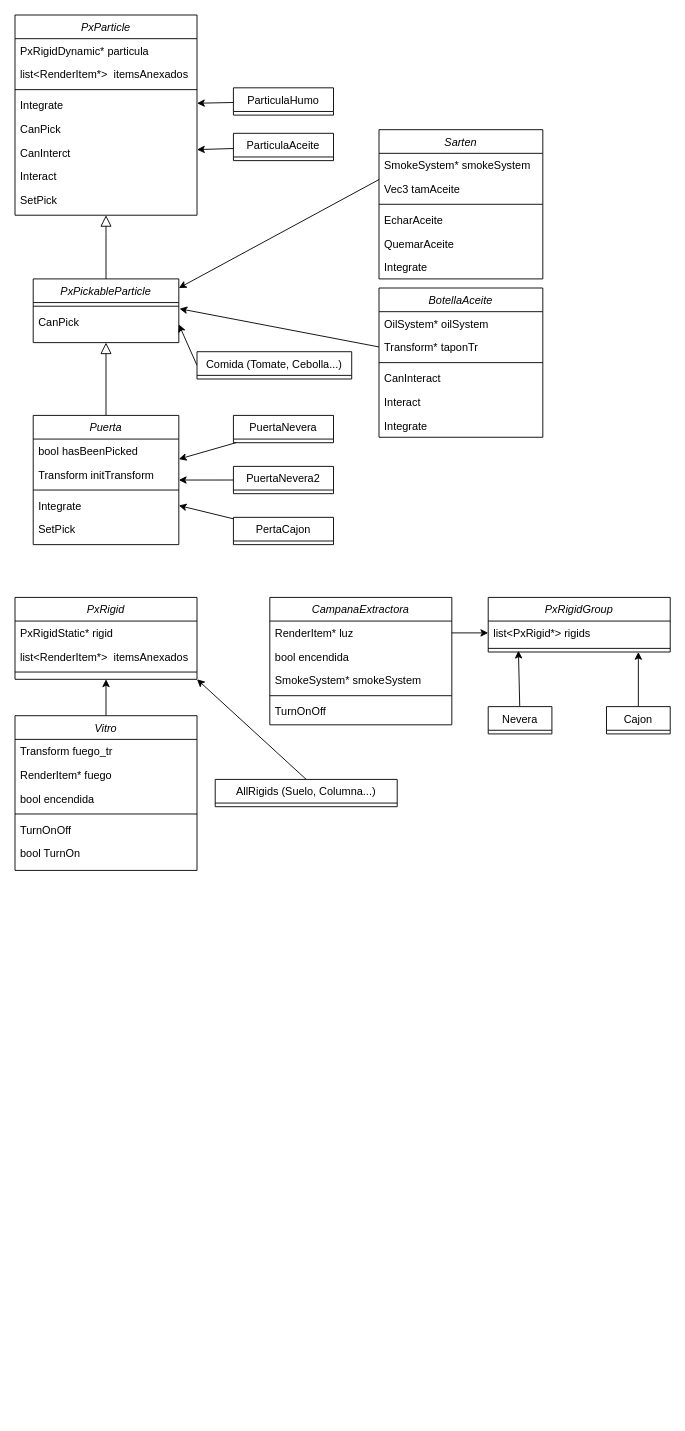
Before: Diagrama sin título.drawio in Vicnuel5/SimulacionFisicaVideojuegos, a draw.io diagram. Source tidied: cells renumbered, new cells numbered last; positions are measured from the earlier drawing's top-left corner, leaving out a move shared by most shapes. Both pictures are drawn from the tidied source at 91%, with x=0, y=0 at pixel (15, 15).
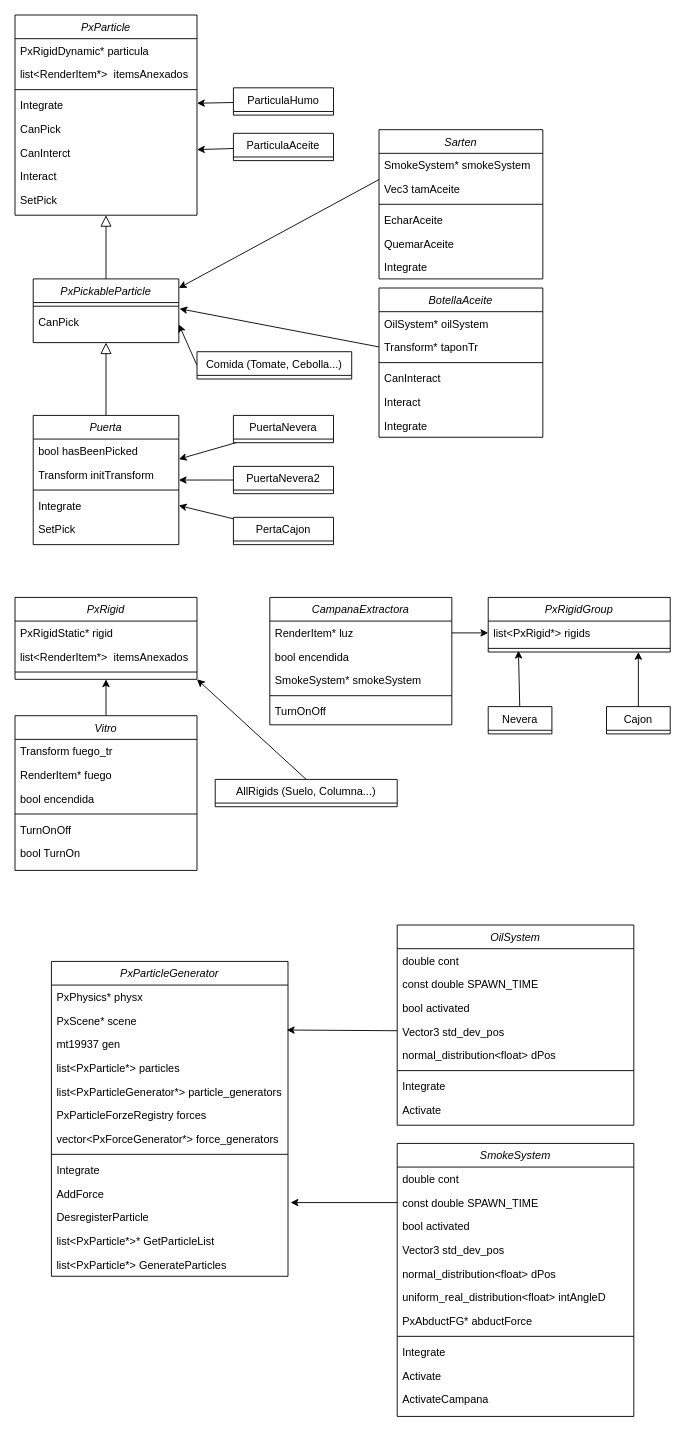
After the change.

The edit, as a diff of the source:
```diff
@@
+    <mxCell id="79" value="PxParticleGenerator" style="swimlane;fontStyle=2;align=center;verticalAlign=top;horizontal=1;startSize=26;rounded=0;shadow=0;strokeWidth=1;" parent="1" vertex="1">
+      <mxGeometry x="40" y="1040" width="260" height="346" as="geometry" />
+    </mxCell>
+    <mxCell id="80" value="PxPhysics* physx" style="text;align=left;verticalAlign=top;spacingLeft=4;spacingRight=4;overflow=hidden;" parent="79" vertex="1">
+      <mxGeometry y="26" width="260" height="26" as="geometry" />
+    </mxCell>
+    <mxCell id="81" value="PxScene* scene" style="text;align=left;verticalAlign=top;spacingLeft=4;spacingRight=4;overflow=hidden;rounded=0;shadow=0;html=0;" parent="79" vertex="1">
+      <mxGeometry y="52" width="260" height="26" as="geometry" />
+    </mxCell>
+    <mxCell id="82" value="mt19937 gen" style="text;align=left;verticalAlign=top;spacingLeft=4;spacingRight=4;overflow=hidden;points=[[0,0.5],[1,0.5]];portConstraint=eastwest;rounded=0;shadow=0;html=0;" parent="79" vertex="1">
+      <mxGeometry y="78" width="260" height="26" as="geometry" />
+    </mxCell>
+    <mxCell id="83" value="list&lt;PxParticle*&gt; particles" style="text;align=left;verticalAlign=top;spacingLeft=4;spacingRight=4;overflow=hidden;rounded=0;shadow=0;html=0;" parent="79" vertex="1">
+      <mxGeometry y="104" width="260" height="26" as="geometry" />
+    </mxCell>
+    <mxCell id="84" value="list&lt;PxParticleGenerator*&gt; particle_generators" style="text;align=left;verticalAlign=top;spacingLeft=4;spacingRight=4;overflow=hidden;rounded=0;shadow=0;html=0;" parent="79" vertex="1">
+      <mxGeometry y="130" width="260" height="26" as="geometry" />
+    </mxCell>
+    <mxCell id="85" value="PxParticleForzeRegistry forces" style="text;align=left;verticalAlign=top;spacingLeft=4;spacingRight=4;overflow=hidden;rounded=0;shadow=0;html=0;" parent="79" vertex="1">
+      <mxGeometry y="156" width="260" height="26" as="geometry" />
+    </mxCell>
+    <mxCell id="86" value="vector&lt;PxForceGenerator*&gt; force_generators" style="text;align=left;verticalAlign=top;spacingLeft=4;spacingRight=4;overflow=hidden;rounded=0;shadow=0;html=0;" parent="79" vertex="1">
+      <mxGeometry y="182" width="260" height="26" as="geometry" />
+    </mxCell>
+    <mxCell id="87" style="line;html=1;strokeWidth=1;align=left;verticalAlign=middle;spacingTop=-1;spacingLeft=3;spacingRight=3;labelPosition=right;" parent="79" vertex="1">
+      <mxGeometry y="208" width="260" height="8" as="geometry" />
+    </mxCell>
+    <mxCell id="88" value="Integrate" style="text;align=left;verticalAlign=top;spacingLeft=4;spacingRight=4;overflow=hidden;rounded=0;shadow=0;html=0;" parent="79" vertex="1">
+      <mxGeometry y="216" width="260" height="26" as="geometry" />
+    </mxCell>
+    <mxCell id="89" value="AddForce" style="text;align=left;verticalAlign=top;spacingLeft=4;spacingRight=4;overflow=hidden;points=[[0,0.5],[1,0.5]];portConstraint=eastwest;rounded=0;shadow=0;html=0;" parent="79" vertex="1">
+      <mxGeometry y="242" width="260" height="26" as="geometry" />
+    </mxCell>
+    <mxCell id="90" value="DesregisterParticle" style="text;align=left;verticalAlign=top;spacingLeft=4;spacingRight=4;overflow=hidden;rounded=0;shadow=0;html=0;" parent="79" vertex="1">
+      <mxGeometry y="268" width="260" height="26" as="geometry" />
+    </mxCell>
+    <mxCell id="91" value="list&lt;PxParticle*&gt;* GetParticleList" style="text;align=left;verticalAlign=top;spacingLeft=4;spacingRight=4;overflow=hidden;rounded=0;shadow=0;html=0;" parent="79" vertex="1">
+      <mxGeometry y="294" width="260" height="26" as="geometry" />
+    </mxCell>
+    <mxCell id="92" value="list&lt;PxParticle*&gt; GenerateParticles" style="text;align=left;verticalAlign=top;spacingLeft=4;spacingRight=4;overflow=hidden;rounded=0;shadow=0;html=0;" parent="79" vertex="1">
+      <mxGeometry y="320" width="260" height="26" as="geometry" />
+    </mxCell>
+    <mxCell id="93" value="OilSystem" style="swimlane;fontStyle=2;align=center;verticalAlign=top;horizontal=1;startSize=26;rounded=0;shadow=0;strokeWidth=1;" parent="1" vertex="1">
+      <mxGeometry x="420" y="1000" width="260" height="220" as="geometry" />
+    </mxCell>
+    <mxCell id="94" value="double cont" style="text;align=left;verticalAlign=top;spacingLeft=4;spacingRight=4;overflow=hidden;" parent="93" vertex="1">
+      <mxGeometry y="26" width="260" height="26" as="geometry" />
+    </mxCell>
+    <mxCell id="95" value="const double SPAWN_TIME" style="text;align=left;verticalAlign=top;spacingLeft=4;spacingRight=4;overflow=hidden;rounded=0;shadow=0;html=0;" parent="93" vertex="1">
+      <mxGeometry y="52" width="260" height="26" as="geometry" />
+    </mxCell>
+    <mxCell id="96" value="bool activated" style="text;align=left;verticalAlign=top;spacingLeft=4;spacingRight=4;overflow=hidden;rounded=0;shadow=0;html=0;" parent="93" vertex="1">
+      <mxGeometry y="78" width="260" height="26" as="geometry" />
+    </mxCell>
+    <mxCell id="97" value="Vector3 std_dev_pos" style="text;align=left;verticalAlign=top;spacingLeft=4;spacingRight=4;overflow=hidden;points=[[0,0.5],[1,0.5]];portConstraint=eastwest;rounded=0;shadow=0;html=0;" parent="93" vertex="1">
+      <mxGeometry y="104" width="260" height="26" as="geometry" />
+    </mxCell>
+    <mxCell id="98" value="normal_distribution&lt;float&gt; dPos" style="text;align=left;verticalAlign=top;spacingLeft=4;spacingRight=4;overflow=hidden;rounded=0;shadow=0;html=0;" parent="93" vertex="1">
+      <mxGeometry y="130" width="260" height="26" as="geometry" />
+    </mxCell>
+    <mxCell id="99" style="line;html=1;strokeWidth=1;align=left;verticalAlign=middle;spacingTop=-1;spacingLeft=3;spacingRight=3;labelPosition=right;" parent="93" vertex="1">
+      <mxGeometry y="156" width="260" height="8" as="geometry" />
+    </mxCell>
+    <mxCell id="100" value="Integrate" style="text;align=left;verticalAlign=top;spacingLeft=4;spacingRight=4;overflow=hidden;rounded=0;shadow=0;html=0;" parent="93" vertex="1">
+      <mxGeometry y="164" width="260" height="26" as="geometry" />
+    </mxCell>
+    <mxCell id="101" value="Activate" style="text;align=left;verticalAlign=top;spacingLeft=4;spacingRight=4;overflow=hidden;rounded=0;shadow=0;html=0;" parent="93" vertex="1">
+      <mxGeometry y="190" width="260" height="26" as="geometry" />
+    </mxCell>
+    <mxCell id="102" value="SmokeSystem" style="swimlane;fontStyle=2;align=center;verticalAlign=top;horizontal=1;startSize=26;rounded=0;shadow=0;strokeWidth=1;" parent="1" vertex="1">
+      <mxGeometry x="420" y="1240" width="260" height="300" as="geometry" />
+    </mxCell>
+    <mxCell id="103" value="double cont" style="text;align=left;verticalAlign=top;spacingLeft=4;spacingRight=4;overflow=hidden;" parent="102" vertex="1">
+      <mxGeometry y="26" width="260" height="26" as="geometry" />
+    </mxCell>
+    <mxCell id="104" value="const double SPAWN_TIME" style="text;align=left;verticalAlign=top;spacingLeft=4;spacingRight=4;overflow=hidden;points=[[0,0.5],[1,0.5]];portConstraint=eastwest;rounded=0;shadow=0;html=0;" parent="102" vertex="1">
+      <mxGeometry y="52" width="260" height="26" as="geometry" />
+    </mxCell>
+    <mxCell id="105" value="bool activated" style="text;align=left;verticalAlign=top;spacingLeft=4;spacingRight=4;overflow=hidden;rounded=0;shadow=0;html=0;" parent="102" vertex="1">
+      <mxGeometry y="78" width="260" height="26" as="geometry" />
+    </mxCell>
+    <mxCell id="106" value="Vector3 std_dev_pos" style="text;align=left;verticalAlign=top;spacingLeft=4;spacingRight=4;overflow=hidden;rounded=0;shadow=0;html=0;" parent="102" vertex="1">
+      <mxGeometry y="104" width="260" height="26" as="geometry" />
+    </mxCell>
+    <mxCell id="107" value="normal_distribution&lt;float&gt; dPos" style="text;align=left;verticalAlign=top;spacingLeft=4;spacingRight=4;overflow=hidden;rounded=0;shadow=0;html=0;" parent="102" vertex="1">
+      <mxGeometry y="130" width="260" height="26" as="geometry" />
+    </mxCell>
+    <mxCell id="108" value="uniform_real_distribution&lt;float&gt; intAngleD" style="text;align=left;verticalAlign=top;spacingLeft=4;spacingRight=4;overflow=hidden;rounded=0;shadow=0;html=0;" parent="102" vertex="1">
+      <mxGeometry y="156" width="260" height="26" as="geometry" />
+    </mxCell>
+    <mxCell id="109" value="PxAbductFG* abductForce" style="text;align=left;verticalAlign=top;spacingLeft=4;spacingRight=4;overflow=hidden;rounded=0;shadow=0;html=0;" parent="102" vertex="1">
+      <mxGeometry y="182" width="260" height="26" as="geometry" />
+    </mxCell>
+    <mxCell id="110" style="line;html=1;strokeWidth=1;align=left;verticalAlign=middle;spacingTop=-1;spacingLeft=3;spacingRight=3;labelPosition=right;" parent="102" vertex="1">
+      <mxGeometry y="208" width="260" height="8" as="geometry" />
+    </mxCell>
+    <mxCell id="111" value="Integrate" style="text;align=left;verticalAlign=top;spacingLeft=4;spacingRight=4;overflow=hidden;rounded=0;shadow=0;html=0;" parent="102" vertex="1">
+      <mxGeometry y="216" width="260" height="26" as="geometry" />
+    </mxCell>
+    <mxCell id="112" value="Activate" style="text;align=left;verticalAlign=top;spacingLeft=4;spacingRight=4;overflow=hidden;rounded=0;shadow=0;html=0;" parent="102" vertex="1">
+      <mxGeometry y="242" width="260" height="26" as="geometry" />
+    </mxCell>
+    <mxCell id="113" value="ActivateCampana" style="text;align=left;verticalAlign=top;spacingLeft=4;spacingRight=4;overflow=hidden;rounded=0;shadow=0;html=0;" parent="102" vertex="1">
+      <mxGeometry y="268" width="260" height="26" as="geometry" />
+    </mxCell>
+    <mxCell id="114" style="edgeStyle=none;rounded=0;jettySize=auto;html=1;entryX=0.995;entryY=-0.1;entryDx=0;entryDy=0;entryPerimeter=0;" parent="1" edge="1" source="97" target="82">
+      <mxGeometry relative="1" as="geometry" />
+    </mxCell>
+    <mxCell id="115" style="edgeStyle=none;rounded=0;jettySize=auto;html=1;entryX=1.011;entryY=0.885;entryDx=0;entryDy=0;entryPerimeter=0;" parent="1" edge="1" source="104" target="89">
+      <mxGeometry relative="1" as="geometry" />
+    </mxCell>
```
